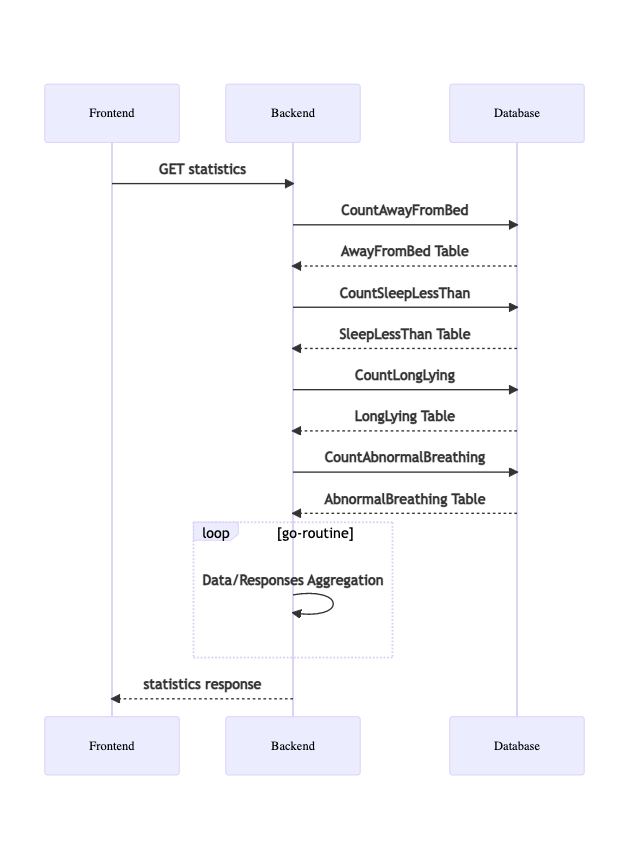
Before: work_plan/safety_stats/safety_stats.drawio.png, a diagram exported from draw.io (chouchiate/learning-notes-md). Source tidied: cells renumbered, new cells last; positions are measured from the earlier drawing's top-left corner, leaving out a move shared by most shapes.
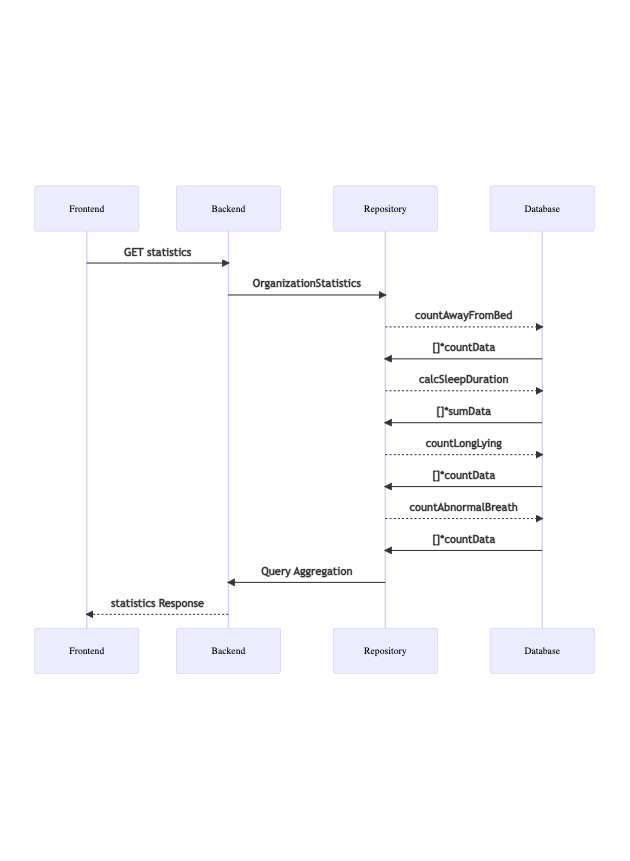
After the commit.

Change to the diagram source:
```diff
@@ -2,7 +2,7 @@
   <root>
     <mxCell id="0" />
     <mxCell id="1" parent="0" />
-    <mxCell id="2" value="sequenceDiagram&#10;    participant Frontend&#10;    participant Backend&#10;    participant Database&#10;&#10;    Frontend-&gt;&gt;Backend: GET statistics&#10;    Backend-&gt;&gt;Database: CountAwayFromBed&#10;    Database--&gt;&gt;Backend: AwayFromBed Table&#10;    Backend-&gt;&gt;Database: CountSleepLessThan&#10;    Database--&gt;&gt;Backend: SleepLessThan Table&#10;    Backend-&gt;&gt;Database: CountLongLying&#10;    Database--&gt;&gt;Backend: LongLying Table&#10;    Backend-&gt;&gt;Database: CountAbnormalBreathing&#10;    Database--&gt;&gt;Backend: AbnormalBreathing Table&#10;    loop go-routine&#10;        Backend-&gt;&gt;Backend: Data/Responses Aggregation&#10;    end&#10;&#10;    Backend--&gt;&gt;Frontend: statistics response&#10;" style="shadow=0;dashed=0;align=left;strokeWidth=1;shape=mxgraph.mermaid.abstract.mermaid;labelBackgroundColor=#ffffff;noLabel=1;theme=default;fontStyle=1;" parent="1" vertex="1">
+    <mxCell id="2" value="sequenceDiagram&#10;    participant Frontend&#10;    participant Backend&#10;    participant Repository&#10;    participant Database&#10;&#10;    Frontend-&gt;&gt;Backend: GET statistics&#10;    Backend-&gt;&gt;Repository: OrganizationStatistics&#10;    Repository--&gt;&gt;Database: countAwayFromBed&#10;    Database-&gt;&gt;Repository: []*countData&#10;    Repository--&gt;&gt;Database: calcSleepDuration&#10;    Database-&gt;&gt;Repository: []*sumData&#10;    Repository--&gt;&gt;Database: countLongLying&#10;    Database-&gt;&gt;Repository:[]*countData&#10;    Repository--&gt;&gt;Database: countAbnormalBreath&#10;    Database-&gt;&gt;Repository: []*countData&#10;    Repository-&gt;&gt;Backend: Query Aggregation&#10;    &#10;&#10;    Backend--&gt;&gt;Frontend: statistics Response&#10;" style="shadow=0;dashed=0;align=left;strokeWidth=1;shape=mxgraph.mermaid.abstract.mermaid;labelBackgroundColor=#ffffff;noLabel=1;theme=default;fontStyle=1;" parent="1" vertex="1">
       <mxGeometry width="629" height="860" as="geometry" />
     </mxCell>
   </root>
```
